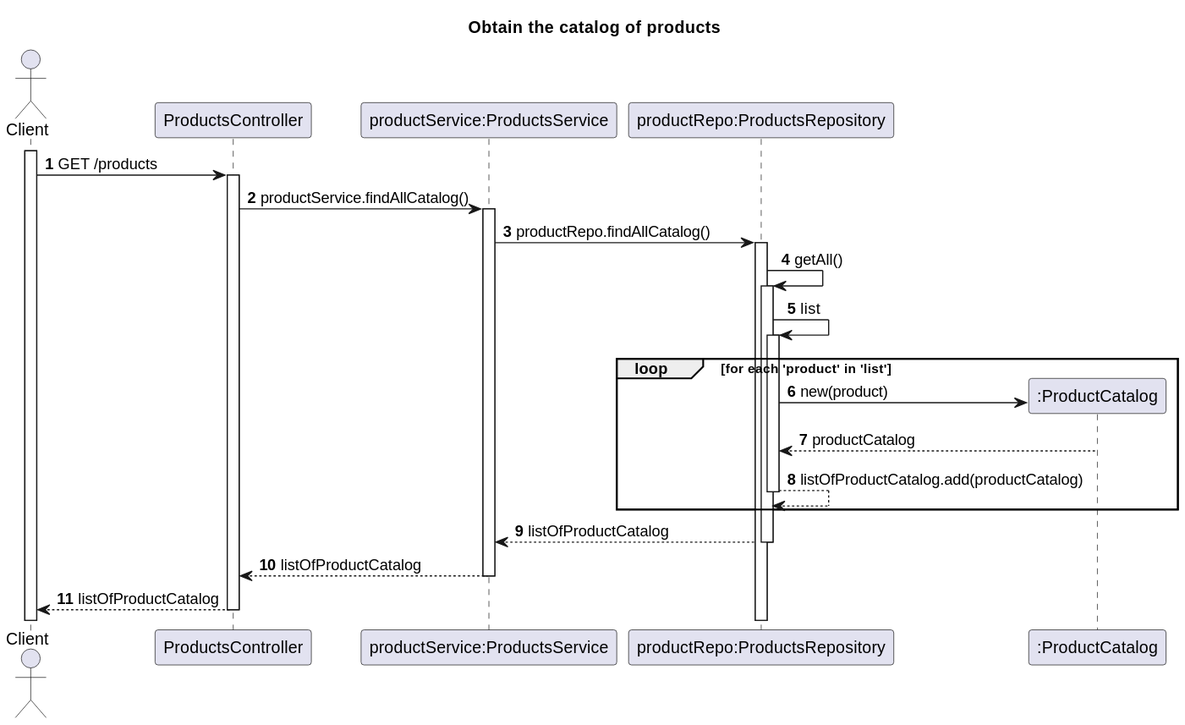
The PlantUML diagram Docs/US01-SD.svg in TiagoNora/SIDIS-Docs, before a commit.
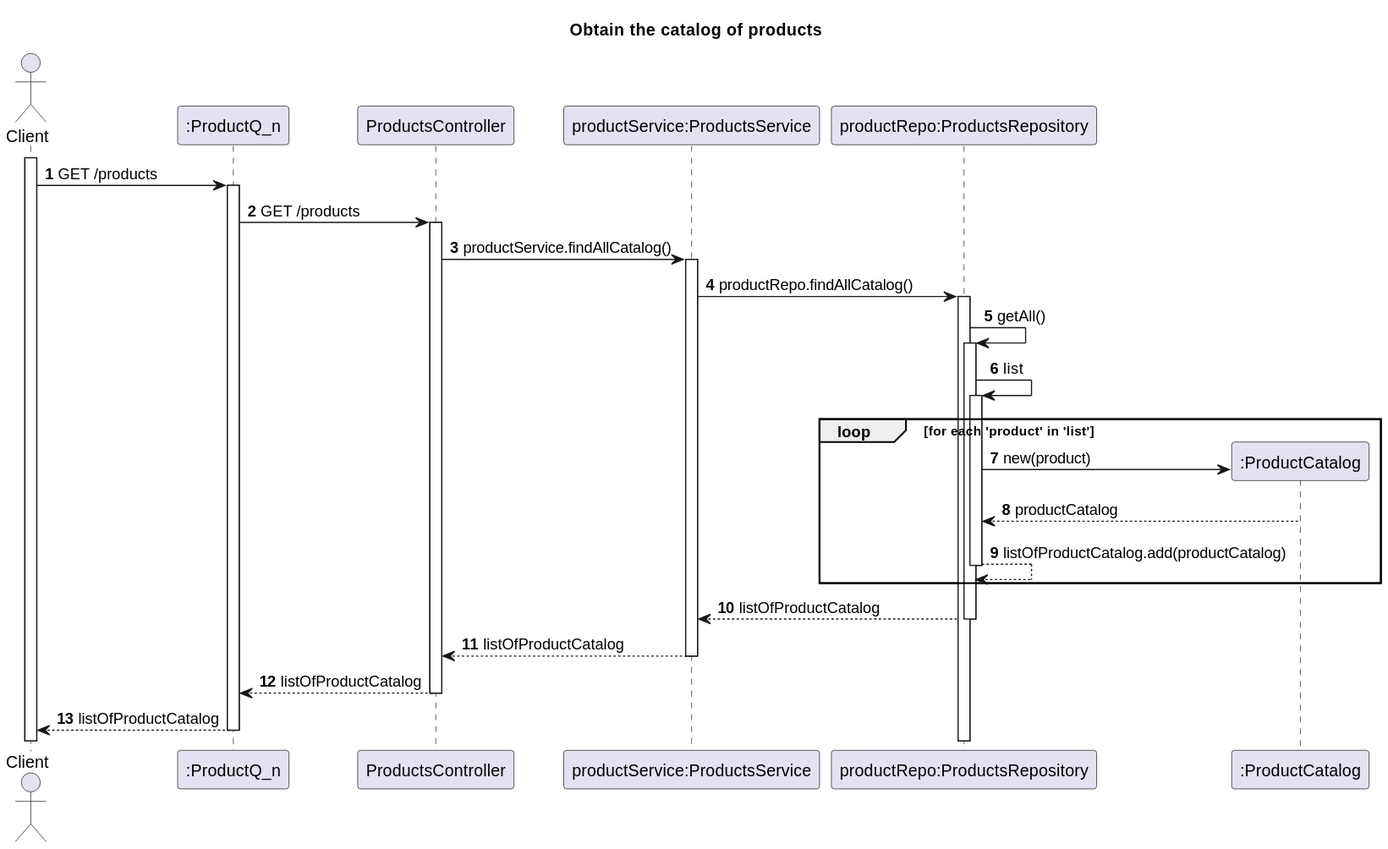
The same diagram one commit later.

What changed in the source:
```diff
@@ -5,6 +5,7 @@
 autonumber
 
 actor "Client" as client
+participant ":ProductQ_n" as productQ
 participant "ProductsController" as controller
 participant "productService:ProductsService" as service
 participant "productRepo:ProductsRepository" as repository
@@ -12,7 +13,8 @@
 
 activate client
 
-client -> controller : GET /products
+client -> productQ : GET /products
+productQ -> controller: GET /products
 controller -> service : productService.findAllCatalog()
 service -> repository: productRepo.findAllCatalog()
 repository -> repository: getAll()
@@ -24,6 +26,7 @@
 end loop
 repository --> service: listOfProductCatalog
 service --> controller: listOfProductCatalog
-controller --> client: listOfProductCatalog
+controller --> productQ: listOfProductCatalog
+productQ --> client: listOfProductCatalog
 
 @enduml
```
